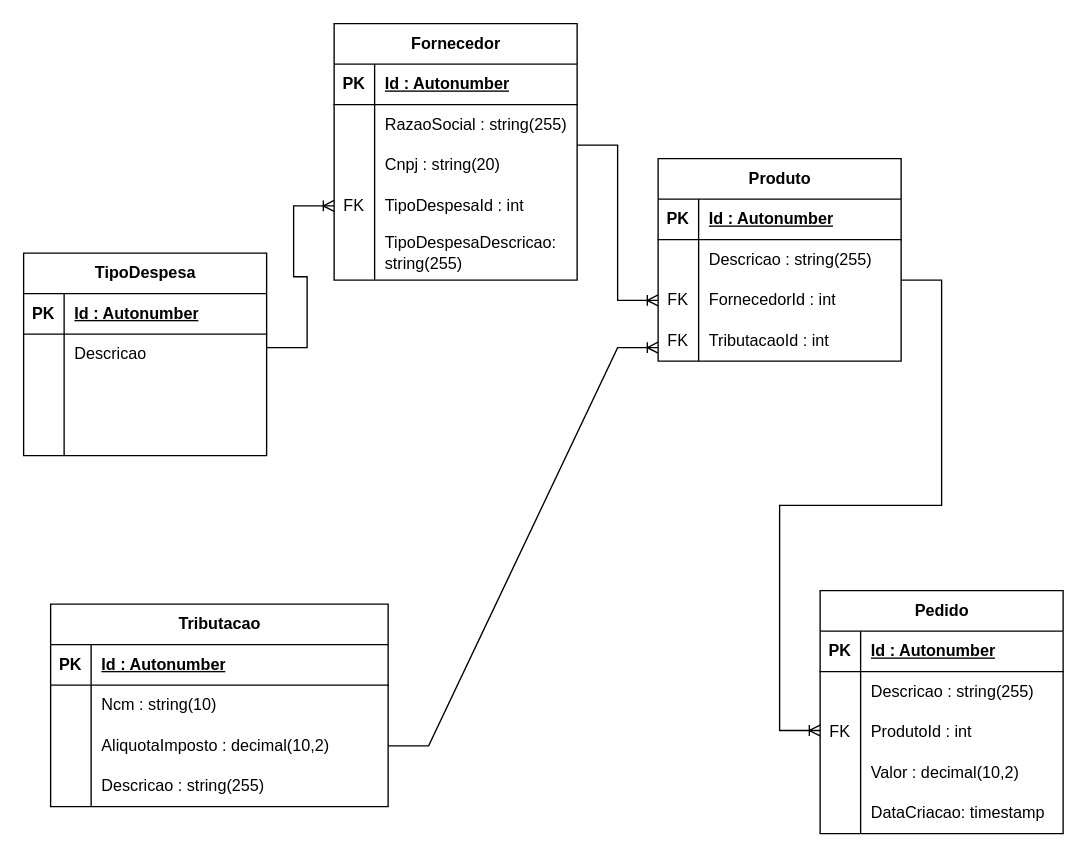
Before: modeloBancoDeDados.drawio in jessicaagrs/fullstack_projetoSistemaPedidos, a draw.io diagram. Source tidied: cells renumbered, new cells numbered last; positions are measured from the earlier drawing's top-left corner, leaving out a move shared by most shapes. Both pictures are drawn from the tidied source at 135%, with x=0, y=0 at pixel (23, 23).
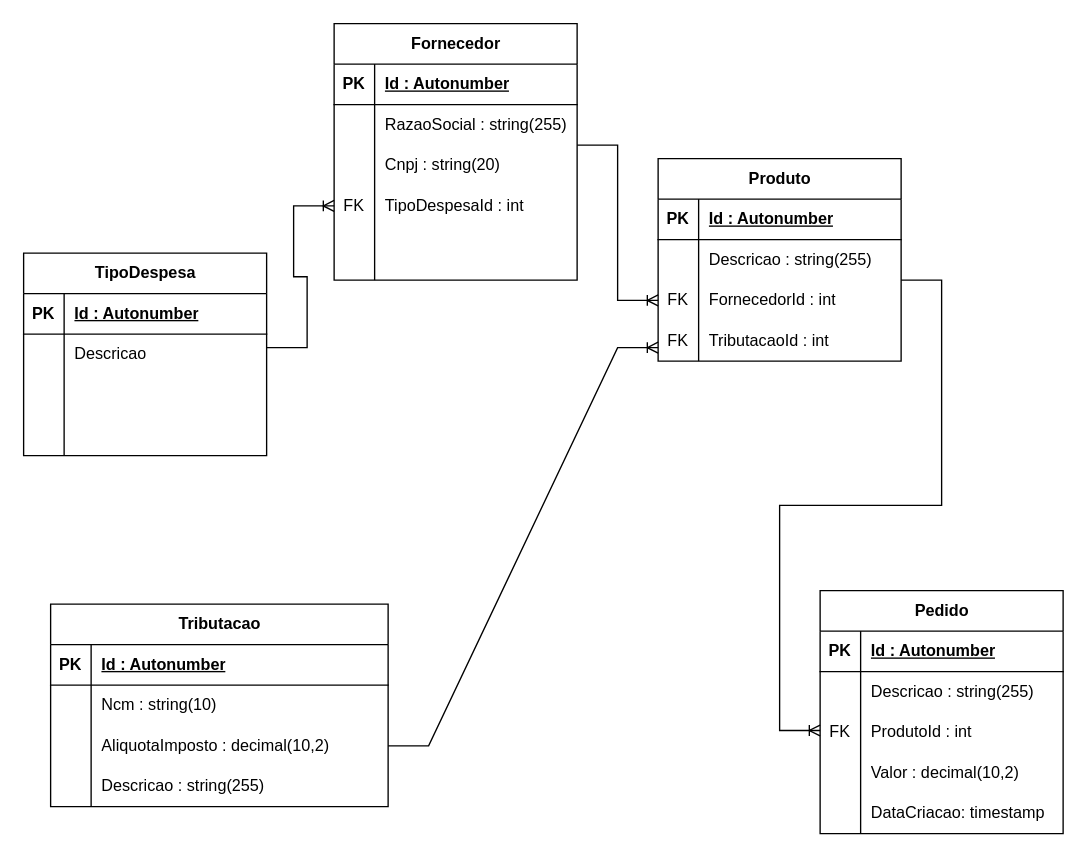
Above is the later version.

The change refers to these unchanged cells:
```xml
<mxCell id="15" style="shape=tableRow;horizontal=0;startSize=0;swimlaneHead=0;swimlaneBody=0;fillColor=none;top=0;left=0;right=0;bottom=0;" parent="2" vertex="1">
  <mxGeometry y="150" width="180" height="40" as="geometry" />
</mxCell>
```

Diff of the diagram source:
```diff
@@
-    <mxCell id="17" value="TipoDespesaDescricao: string(255)" style="shape=partialRectangle;fillColor=none;top=0;left=0;bottom=0;right=0;align=left;spacingLeft=6;overflow=hidden;whiteSpace=wrap;html=1;" parent="15" vertex="1">
+    <mxCell id="17" style="shape=partialRectangle;fillColor=none;top=0;left=0;bottom=0;right=0;align=left;spacingLeft=6;overflow=hidden;whiteSpace=wrap;html=1;" parent="15" vertex="1">
       <mxGeometry x="30" width="150" height="40" as="geometry" />
     </mxCell>
```
